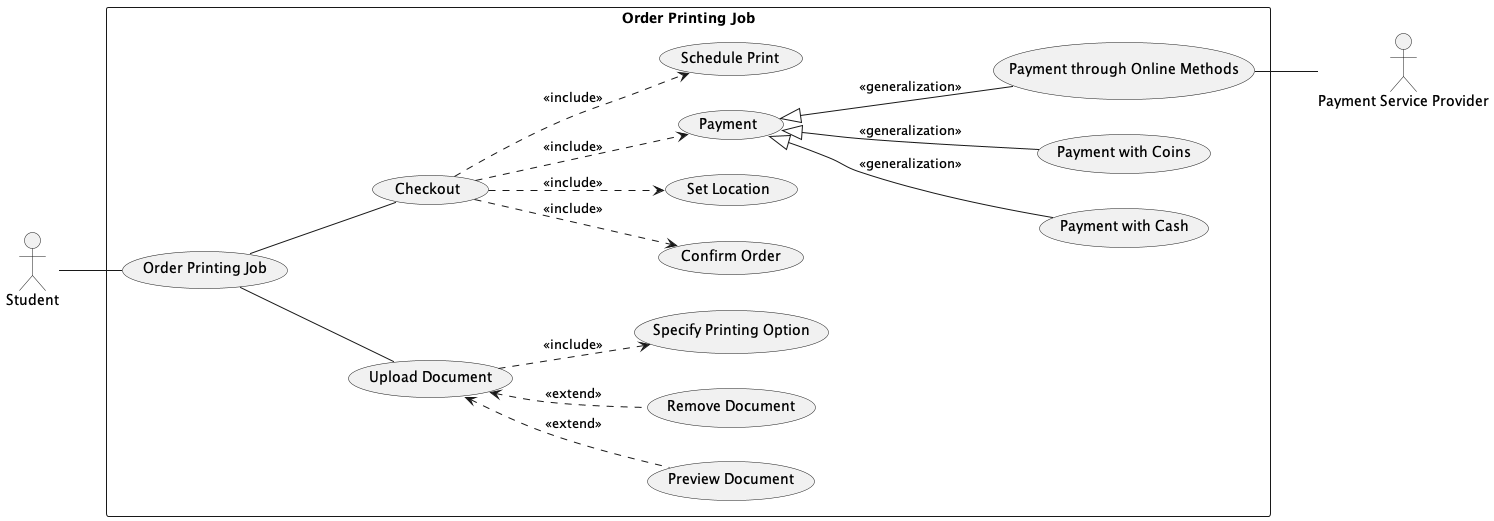
This is contents/images/UC_Order_print.png from Student-Smart-Printing-Service-HCMUT/ssps-docs, a PlantUML export, as it was before one commit.
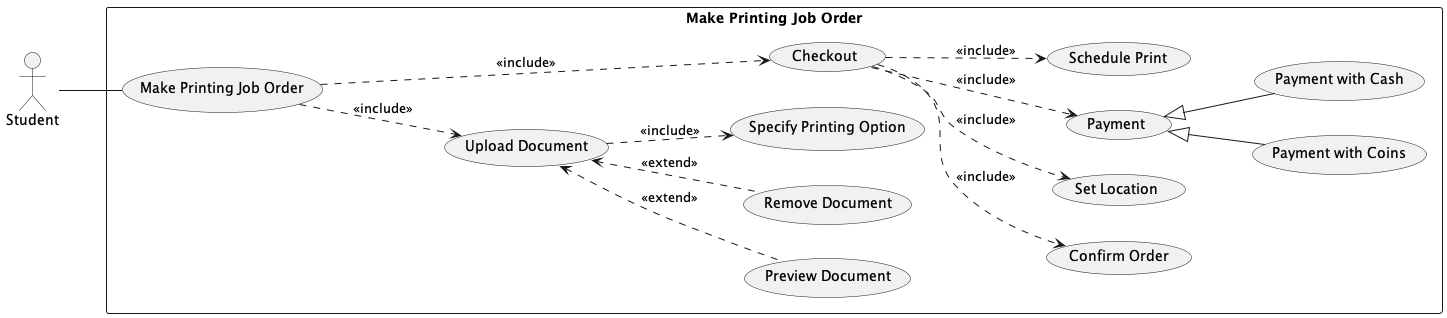
After the commit.

What changed in the source:
```diff
@@ -1,10 +1,9 @@
 @startuml
 actor Student
-actor "Payment Service Provider" as PSP
 left to right direction
 
-rectangle "Order Printing Job" {
-    usecase "Order Printing Job" as order
+rectangle "Make Printing Job Order" {
+    usecase "Make Printing Job Order" as order
     usecase "Upload Document" as upload
     usecase "Preview Document" as preview
     usecase "Remove Document" as remove
@@ -13,26 +12,24 @@
     usecase "Confirm Order" as confirm
     usecase "Set Location" as location
     usecase "Payment" as payment
+    usecase "Payment with Coins" as coin_payment
     usecase "Payment with Cash" as cash_payment
-    usecase "Payment with Coins" as coin_payment
-    usecase "Payment through Online Methods" as online_payment
     usecase "Schedule Print" as schedule
 }
 
 Student -- order
-order -- upload
+order ..> upload : <<include>>
 upload <.. preview : <<extend>>
 upload <.. remove : <<extend>>
 upload ..> option : <<include>>
-order -- checkout
+order ..> checkout : <<include>>
 checkout ..> confirm : <<include>>
 checkout ..> location : <<include>>
 checkout ..> payment : <<include>>
-payment <|-- cash_payment : <<generalization>>
-payment <|-- coin_payment : <<generalization>>
-payment <|-- online_payment : <<generalization>>
+payment <|-- cash_payment
+payment <|-- coin_payment
 checkout ..> schedule : <<include>>
+upload -[hidden]- checkout
 
-online_payment -- PSP
 
 @enduml
```
